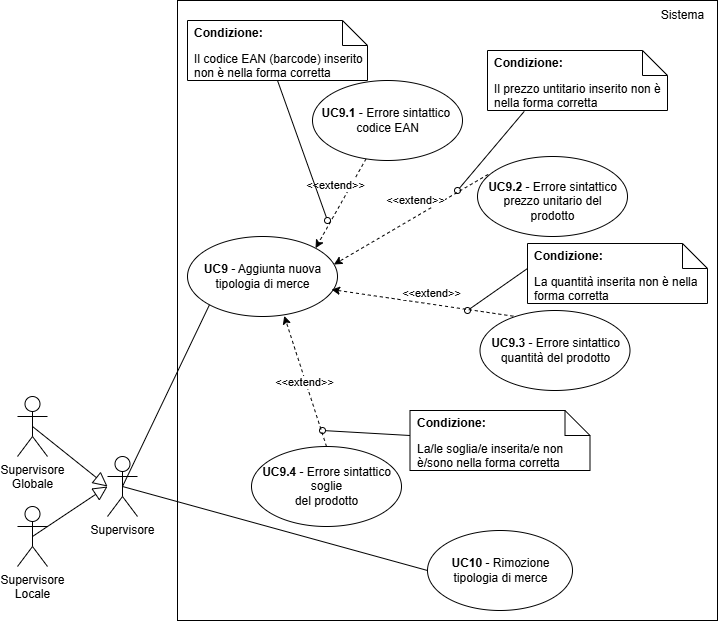
Before: documents/rtb/assets/UC9-10.png, a diagram exported from draw.io (teamcodealchemists/docs). Source tidied: cells renumbered, new cells last; positions are measured from the earlier drawing's top-left corner, leaving out a move shared by most shapes.
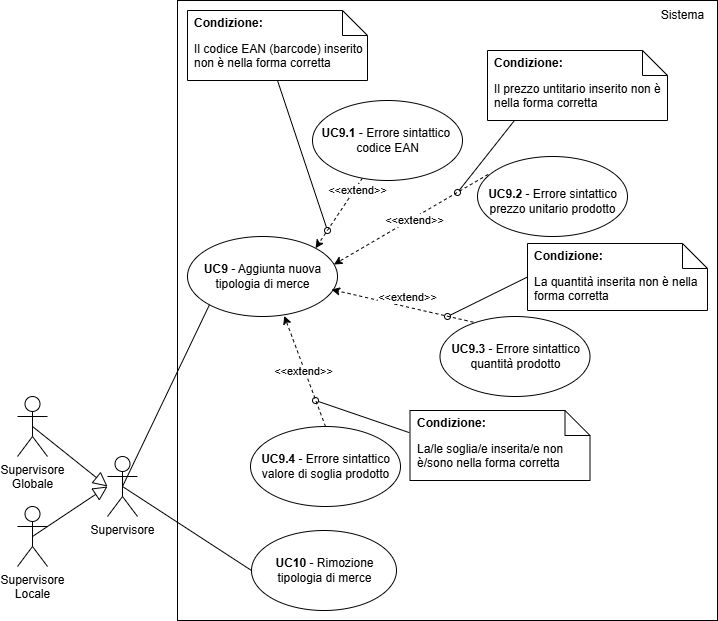
Above is the later version.

The edit, as a diff of the source:
```diff
@@ -18,10 +18,10 @@
       <mxGeometry relative="1" as="geometry" />
     </mxCell>
     <mxCell id="7" style="ellipse;whiteSpace=wrap;html=1;fontStyle=1;" parent="1" vertex="1">
-      <mxGeometry x="410" y="530" width="145" height="80" as="geometry" />
+      <mxGeometry x="234" y="530" width="145" height="80" as="geometry" />
     </mxCell>
     <mxCell id="8" value="&lt;b&gt;UC10&amp;nbsp;&lt;/b&gt;-&amp;nbsp;Rimozione&lt;div&gt;tipologia di merce&lt;/div&gt;" style="text;html=1;align=center;verticalAlign=middle;strokeColor=none;fillColor=none;" parent="1" vertex="1">
-      <mxGeometry x="422.5" y="550" width="120" height="40" as="geometry" />
+      <mxGeometry x="246.5" y="550" width="120" height="40" as="geometry" />
     </mxCell>
     <mxCell id="9" style="endArrow=none;html=1;rounded=0;entryX=0.5;entryY=0.5;entryDx=0;entryDy=0;entryPerimeter=0;exitX=0;exitY=0.5;exitDx=0;exitDy=0;" parent="1" edge="1" source="7" target="10">
       <mxGeometry relative="1" as="geometry" />
@@ -50,61 +50,61 @@
     </mxCell>
     <mxCell id="16" value="&amp;lt;&amp;lt;extend&amp;gt;&amp;gt;" style="edgeLabel;html=1;align=center;verticalAlign=middle;" parent="15" vertex="1">
       <mxGeometry x="-0.17" y="-3" relative="1" as="geometry">
-        <mxPoint x="-8" y="-9" as="offset" />
+        <mxPoint x="17" y="-15" as="offset" />
       </mxGeometry>
     </mxCell>
     <mxCell id="17" style="ellipse;whiteSpace=wrap;html=1;fontStyle=1;" parent="1" vertex="1">
-      <mxGeometry x="295" y="80" width="150" height="80" as="geometry" />
+      <mxGeometry x="295" y="100" width="150" height="80" as="geometry" />
     </mxCell>
     <mxCell id="18" value="&lt;b&gt;UC9.1&amp;nbsp;&lt;/b&gt;- Errore sintattico&amp;nbsp;&lt;br&gt;&lt;div&gt;codice EAN&lt;/div&gt;" style="text;html=1;align=center;verticalAlign=middle;strokeColor=none;fillColor=none;" parent="1" vertex="1">
-      <mxGeometry x="290" y="100" width="160" height="40" as="geometry" />
+      <mxGeometry x="290" y="120" width="160" height="40" as="geometry" />
     </mxCell>
     <mxCell id="19" value="Il codice EAN (barcode) inserito non è nella forma corretta" style="shape=note2;boundedLbl=1;whiteSpace=wrap;html=1;size=25;verticalAlign=top;align=left;spacingLeft=5;" parent="1" vertex="1">
-      <mxGeometry x="170" y="20" width="180" height="60" as="geometry" />
+      <mxGeometry x="170" y="10" width="180" height="70" as="geometry" />
     </mxCell>
     <mxCell id="20" value="&lt;b&gt;Condizione:&lt;/b&gt;" style="strokeColor=none;fillColor=none;align=left;spacingLeft=5;whiteSpace=wrap;html=1;" parent="19" vertex="1">
       <mxGeometry width="180" height="25" relative="1" as="geometry" />
     </mxCell>
     <mxCell id="21" style="rounded=0;jettySize=auto;html=1;endArrow=oval;endFill=0;exitX=0.5;exitY=1;exitDx=0;exitDy=0;exitPerimeter=0;" parent="1" edge="1" source="19">
       <mxGeometry relative="1" as="geometry">
-        <mxPoint x="310" y="220" as="targetPoint" />
+        <mxPoint x="310" y="230" as="targetPoint" />
       </mxGeometry>
     </mxCell>
     <mxCell id="22" style="ellipse;whiteSpace=wrap;html=1;fontStyle=1;" parent="1" vertex="1">
-      <mxGeometry x="462.5" y="310" width="150" height="80" as="geometry" />
+      <mxGeometry x="422.5" y="316" width="150" height="80" as="geometry" />
     </mxCell>
-    <mxCell id="23" value="&lt;b&gt;UC9.3&amp;nbsp;&lt;/b&gt;- Errore sintattico&lt;div&gt;quantità del prodotto&lt;/div&gt;" style="text;html=1;align=center;verticalAlign=middle;strokeColor=none;fillColor=none;" parent="1" vertex="1">
-      <mxGeometry x="462.5" y="330" width="150" height="40" as="geometry" />
+    <mxCell id="23" value="&lt;b&gt;UC9.3&amp;nbsp;&lt;/b&gt;- Errore sintattico&lt;div&gt;quantità prodotto&lt;/div&gt;" style="text;html=1;align=center;verticalAlign=middle;strokeColor=none;fillColor=none;" parent="1" vertex="1">
+      <mxGeometry x="422.5" y="336" width="150" height="40" as="geometry" />
     </mxCell>
     <mxCell id="24" style="ellipse;whiteSpace=wrap;html=1;fontStyle=1;" parent="1" vertex="1">
       <mxGeometry x="460" y="156" width="150" height="80" as="geometry" />
     </mxCell>
-    <mxCell id="25" value="&lt;b&gt;UC9.2&amp;nbsp;&lt;/b&gt;- Errore sintattico&lt;div&gt;prezzo unitario del&lt;/div&gt;&lt;div&gt;prodotto&lt;/div&gt;" style="text;html=1;align=center;verticalAlign=middle;strokeColor=none;fillColor=none;" parent="1" vertex="1">
-      <mxGeometry x="460" y="171" width="150" height="60" as="geometry" />
+    <mxCell id="25" value="&lt;b&gt;UC9.2&amp;nbsp;&lt;/b&gt;- Errore sintattico&lt;div&gt;prezzo unitario prodotto&lt;br&gt;&lt;/div&gt;" style="text;html=1;align=center;verticalAlign=middle;strokeColor=none;fillColor=none;" parent="1" vertex="1">
+      <mxGeometry x="460" y="181" width="150" height="40" as="geometry" />
     </mxCell>
     <mxCell id="26" style="ellipse;whiteSpace=wrap;html=1;fontStyle=1;" parent="1" vertex="1">
-      <mxGeometry x="234" y="446" width="150" height="80" as="geometry" />
+      <mxGeometry x="233" y="426" width="150" height="80" as="geometry" />
     </mxCell>
-    <mxCell id="27" value="&lt;b&gt;UC9.4&amp;nbsp;&lt;/b&gt;- Errore sintattico&lt;div&gt;soglie&lt;/div&gt;&lt;div&gt;del prodotto&lt;/div&gt;" style="text;html=1;align=center;verticalAlign=middle;strokeColor=none;fillColor=none;" parent="1" vertex="1">
-      <mxGeometry x="234" y="456" width="150" height="60" as="geometry" />
+    <mxCell id="27" value="&lt;b&gt;UC9.4&amp;nbsp;&lt;/b&gt;- Errore sintattico&lt;div&gt;valore di soglia prodotto&lt;/div&gt;" style="text;html=1;align=center;verticalAlign=middle;strokeColor=none;fillColor=none;" parent="1" vertex="1">
+      <mxGeometry x="233" y="446" width="150" height="40" as="geometry" />
     </mxCell>
     <mxCell id="28" style="rounded=0;jettySize=auto;html=1;entryX=0.976;entryY=0.35;entryDx=0;entryDy=0;dashed=1;exitX=0.071;exitY=0.224;exitDx=0;exitDy=0;exitPerimeter=0;entryPerimeter=0;" parent="1" edge="1" source="24" target="4">
       <mxGeometry relative="1" as="geometry" />
     </mxCell>
     <mxCell id="29" value="&amp;lt;&amp;lt;extend&amp;gt;&amp;gt;" style="edgeLabel;html=1;align=center;verticalAlign=middle;" parent="28" vertex="1">
       <mxGeometry x="-0.17" y="-3" relative="1" as="geometry">
-        <mxPoint x="-8" y="-9" as="offset" />
+        <mxPoint x="-8" y="11" as="offset" />
       </mxGeometry>
     </mxCell>
     <mxCell id="30" value="Il prezzo untitario inserito non è nella forma corretta" style="shape=note2;boundedLbl=1;whiteSpace=wrap;html=1;size=25;verticalAlign=top;align=left;spacingLeft=5;" parent="1" vertex="1">
-      <mxGeometry x="470" y="50" width="180" height="60" as="geometry" />
+      <mxGeometry x="470" y="50" width="180" height="70" as="geometry" />
     </mxCell>
     <mxCell id="31" value="&lt;b&gt;Condizione:&lt;/b&gt;" style="strokeColor=none;fillColor=none;align=left;spacingLeft=5;whiteSpace=wrap;html=1;" parent="30" vertex="1">
       <mxGeometry width="180" height="25" relative="1" as="geometry" />
     </mxCell>
-    <mxCell id="32" style="rounded=0;jettySize=auto;html=1;endArrow=oval;endFill=0;exitX=0.204;exitY=1.015;exitDx=0;exitDy=0;exitPerimeter=0;" parent="1" edge="1" source="30">
+    <mxCell id="32" style="rounded=0;jettySize=auto;html=1;endArrow=oval;endFill=0;exitX=0.148;exitY=1.006;exitDx=0;exitDy=0;exitPerimeter=0;" parent="1" edge="1" source="30">
       <mxGeometry relative="1" as="geometry">
-        <mxPoint x="440" y="190" as="targetPoint" />
+        <mxPoint x="440" y="192" as="targetPoint" />
       </mxGeometry>
     </mxCell>
     <mxCell id="33" style="rounded=0;jettySize=auto;html=1;entryX=0.96;entryY=0.663;entryDx=0;entryDy=0;dashed=1;exitX=0.222;exitY=0.071;exitDx=0;exitDy=0;exitPerimeter=0;entryPerimeter=0;" parent="1" edge="1" source="22" target="4">
@@ -124,25 +124,25 @@
       </mxGeometry>
     </mxCell>
     <mxCell id="37" value="La quantità inserita non è nella forma corretta" style="shape=note2;boundedLbl=1;whiteSpace=wrap;html=1;size=25;verticalAlign=top;align=left;spacingLeft=5;" parent="1" vertex="1">
-      <mxGeometry x="510" y="243" width="180" height="60" as="geometry" />
+      <mxGeometry x="510" y="243" width="180" height="67" as="geometry" />
     </mxCell>
     <mxCell id="38" value="&lt;b&gt;Condizione:&lt;/b&gt;" style="strokeColor=none;fillColor=none;align=left;spacingLeft=5;whiteSpace=wrap;html=1;" parent="37" vertex="1">
       <mxGeometry width="180" height="25" relative="1" as="geometry" />
     </mxCell>
-    <mxCell id="39" style="rounded=0;jettySize=auto;html=1;endArrow=oval;endFill=0;exitX=0;exitY=1;exitDx=0;exitDy=0;" parent="1" edge="1" source="38">
+    <mxCell id="39" style="rounded=0;jettySize=auto;html=1;endArrow=oval;endFill=0;exitX=0;exitY=0.5;exitDx=0;exitDy=0;exitPerimeter=0;" parent="1" edge="1" source="37">
       <mxGeometry relative="1" as="geometry">
-        <mxPoint x="450" y="310" as="targetPoint" />
+        <mxPoint x="430" y="316" as="targetPoint" />
       </mxGeometry>
     </mxCell>
     <mxCell id="40" value="La/le soglia/e inserita/e non è/sono nella forma corretta" style="shape=note2;boundedLbl=1;whiteSpace=wrap;html=1;size=25;verticalAlign=top;align=left;spacingLeft=5;" parent="1" vertex="1">
-      <mxGeometry x="392.5" y="410" width="180" height="60" as="geometry" />
+      <mxGeometry x="392.5" y="410" width="180" height="70" as="geometry" />
     </mxCell>
     <mxCell id="41" value="&lt;b&gt;Condizione:&lt;/b&gt;" style="strokeColor=none;fillColor=none;align=left;spacingLeft=5;whiteSpace=wrap;html=1;" parent="40" vertex="1">
       <mxGeometry width="180" height="25" relative="1" as="geometry" />
     </mxCell>
-    <mxCell id="42" style="rounded=0;jettySize=auto;html=1;endArrow=oval;endFill=0;exitX=0;exitY=1;exitDx=0;exitDy=0;" parent="1" edge="1" source="41">
+    <mxCell id="42" style="rounded=0;jettySize=auto;html=1;endArrow=oval;endFill=0;exitX=-0.004;exitY=0.316;exitDx=0;exitDy=0;exitPerimeter=0;" parent="1" edge="1" source="40">
       <mxGeometry relative="1" as="geometry">
-        <mxPoint x="305" y="430" as="targetPoint" />
+        <mxPoint x="298" y="400" as="targetPoint" />
       </mxGeometry>
     </mxCell>
   </root>
```
